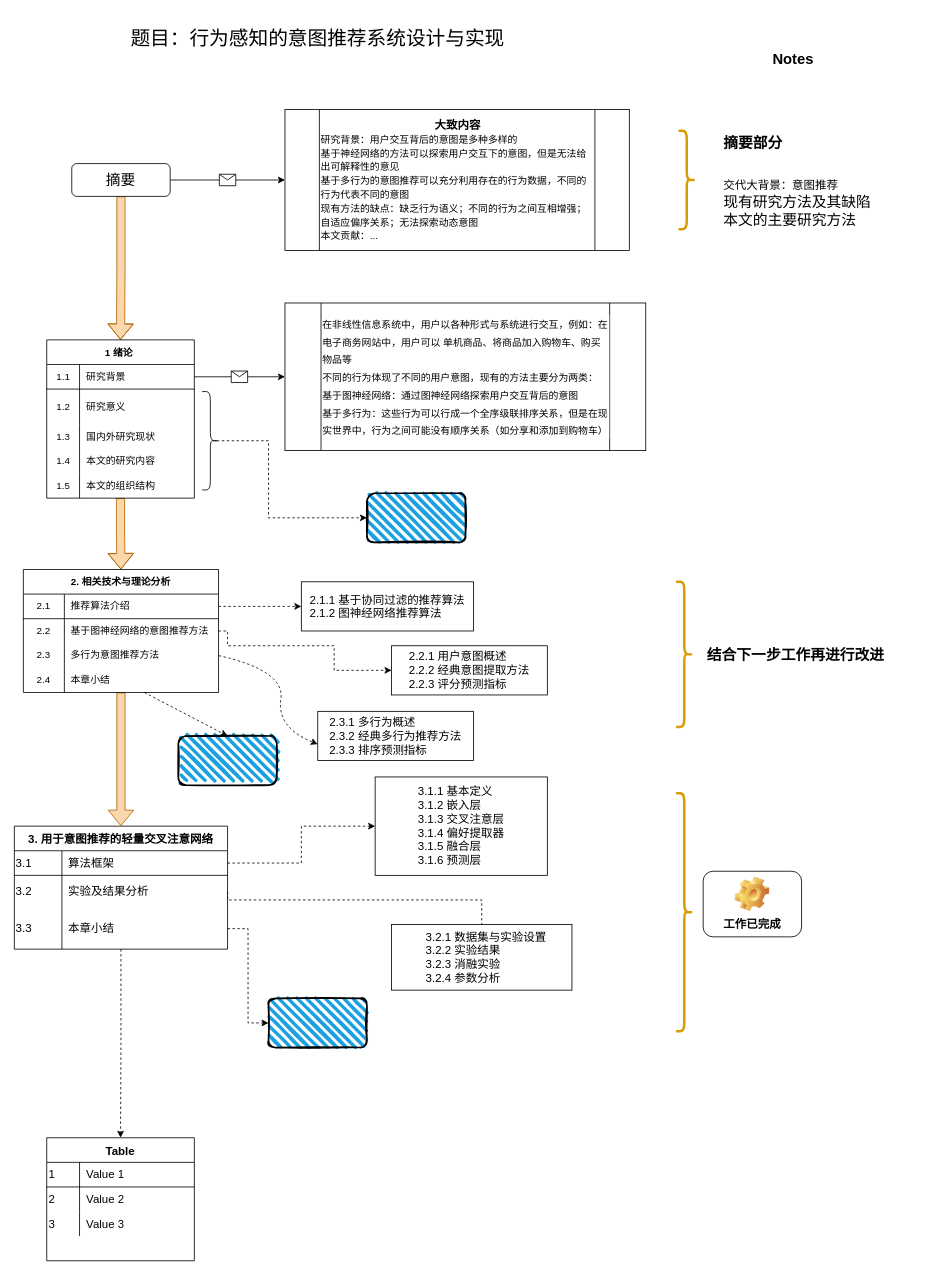
The draw.io diagram page "Page-1" (1 of 2) of Untitled Diagram.drawio in DreamTravelers/draw.io, before the edit. Source tidied: cells renumbered, new cells numbered last; positions are measured from the earlier drawing's top-left corner, leaving out a move shared by most shapes. Both pictures are drawn from the tidied source at 82%, with x=0, y=0 at pixel (14, 14).
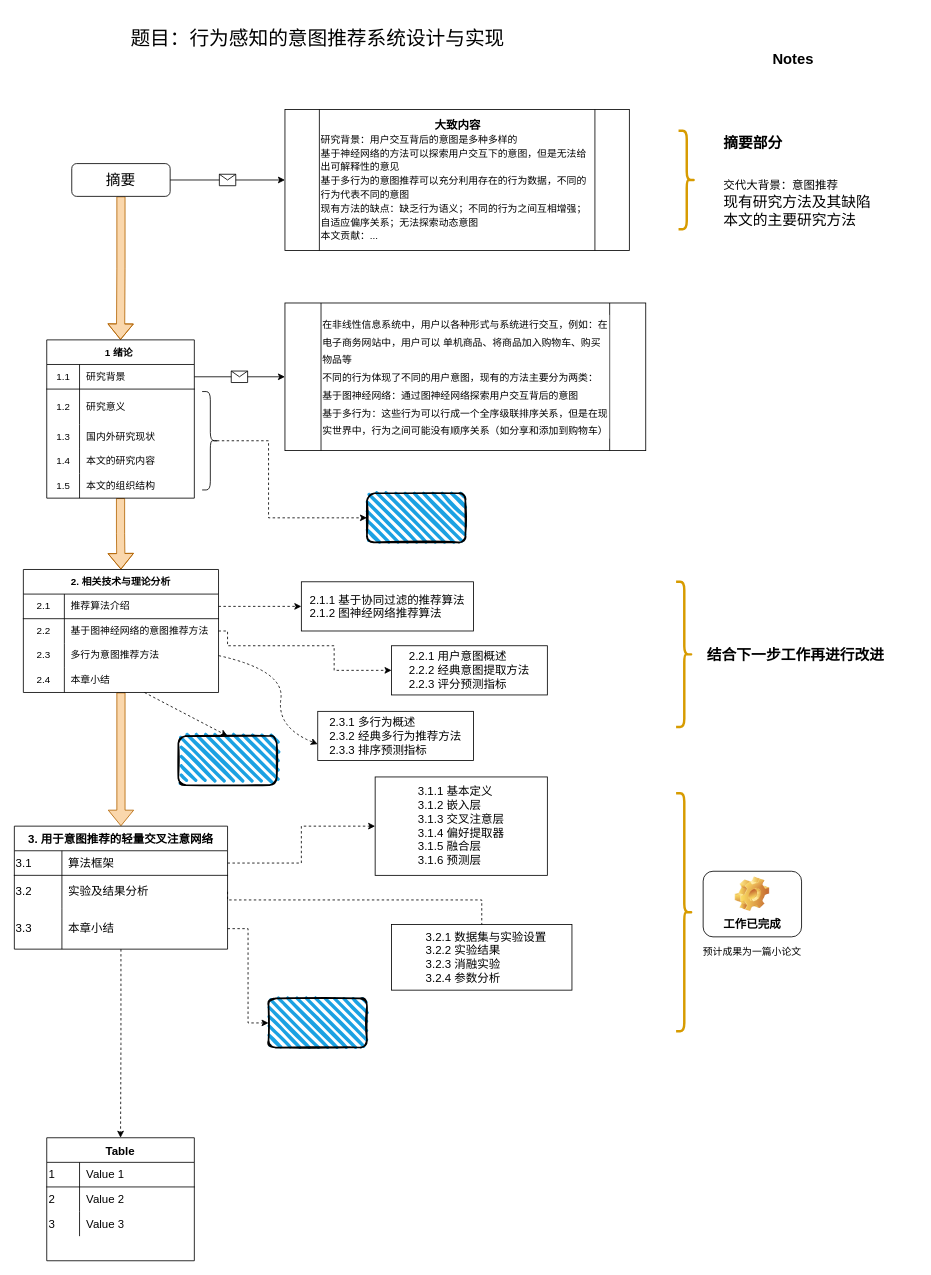
Above is the later version.

The edit, as a diff of the source:
```diff
@@
+    <mxCell id="87" value="预计成果为一篇小论文" style="text;html=1;strokeColor=none;fillColor=none;align=center;verticalAlign=middle;whiteSpace=wrap;rounded=0;fontColor=default;" parent="1" vertex="1">
+      <mxGeometry x="835" y="1129" width="130" height="30" as="geometry" />
+    </mxCell>
```
